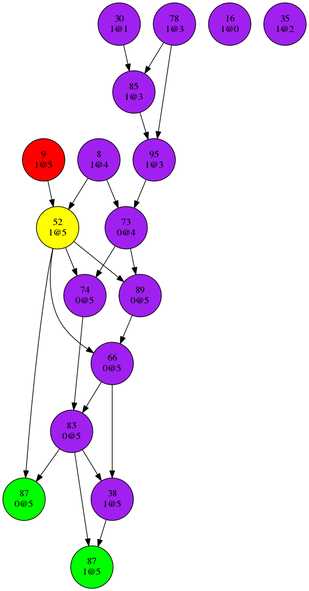
The Graphviz diagram dev/bin/conflictGraph0.png in Oxmose/SATSolver, before a commit. Its source is kept beside it as dev/bin/conflictGraph0.dot.
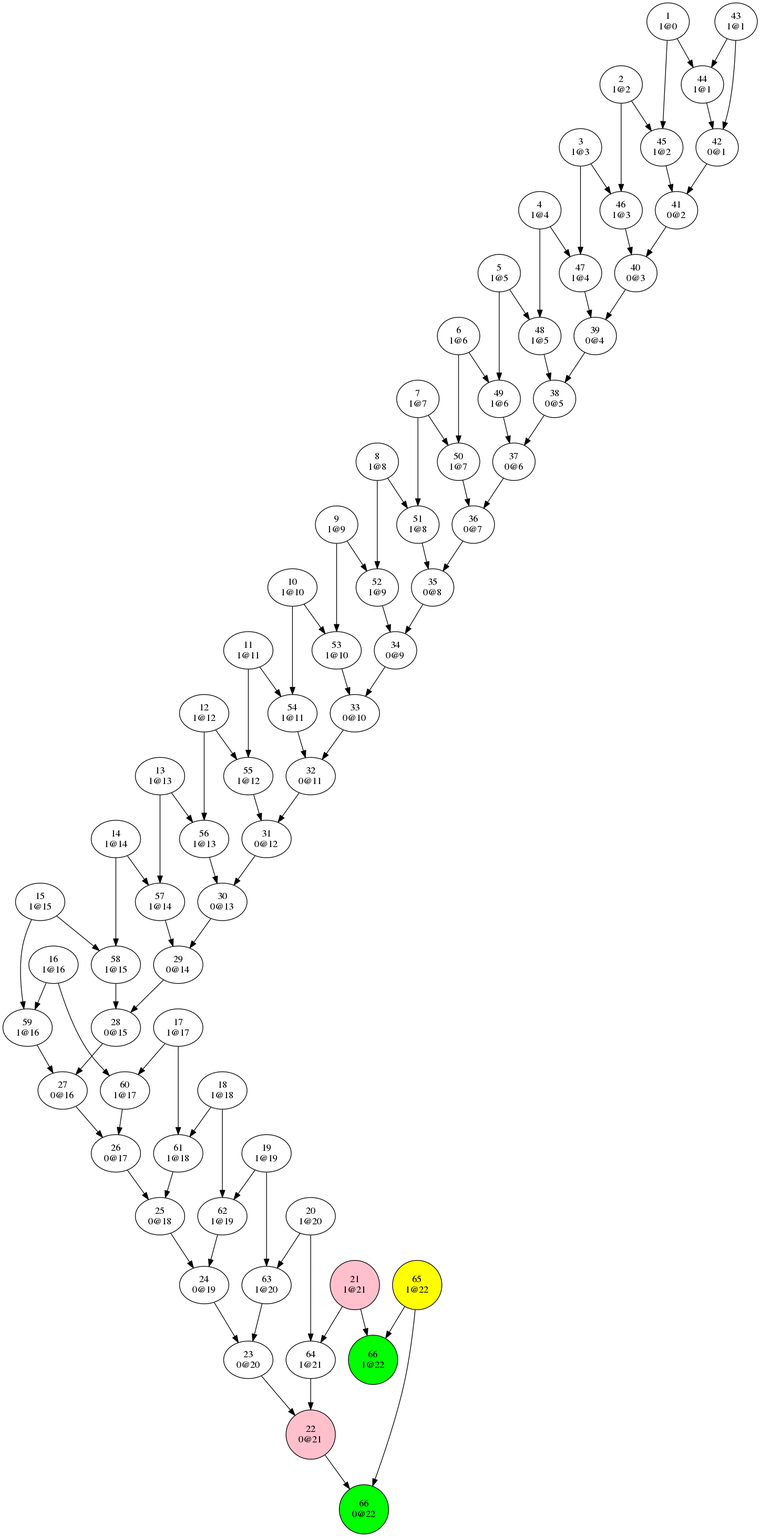
The same file after the commit.

Diff of the diagram source:
```diff
@@ -1,96 +1,280 @@
 digraph {
+"1
+1@0"->"44
+1@1";
+"1
+1@0"->"45
+1@2";
+"2
+1@2"->"45
+1@2";
+"2
+1@2"->"46
+1@3";
+"3
+1@3"->"46
+1@3";
+"3
+1@3"->"47
+1@4";
+"4
+1@4"->"47
+1@4";
+"4
+1@4"->"48
+1@5";
+"5
+1@5"->"48
+1@5";
+"5
+1@5"->"49
+1@6";
+"6
+1@6"->"49
+1@6";
+"6
+1@6"->"50
+1@7";
+"7
+1@7"->"50
+1@7";
+"7
+1@7"->"51
+1@8";
 "8
-1@4"->"52
-1@5";
+1@8"->"51
+1@8";
 "8
-1@4"->"73
+1@8"->"52
+1@9";
+"9
+1@9"->"52
+1@9";
+"9
+1@9"->"53
+1@10";
+"10
+1@10"->"53
+1@10";
+"10
+1@10"->"54
+1@11";
+"11
+1@11"->"54
+1@11";
+"11
+1@11"->"55
+1@12";
+"12
+1@12"->"55
+1@12";
+"12
+1@12"->"56
+1@13";
+"13
+1@13"->"56
+1@13";
+"13
+1@13"->"57
+1@14";
+"14
+1@14"->"57
+1@14";
+"14
+1@14"->"58
+1@15";
+"15
+1@15"->"58
+1@15";
+"15
+1@15"->"59
+1@16";
+"16
+1@16"->"59
+1@16";
+"16
+1@16"->"60
+1@17";
+"17
+1@17"->"60
+1@17";
+"17
+1@17"->"61
+1@18";
+"18
+1@18"->"61
+1@18";
+"18
+1@18"->"62
+1@19";
+"19
+1@19"->"62
+1@19";
+"19
+1@19"->"63
+1@20";
+"20
+1@20"->"63
+1@20";
+"20
+1@20"->"64
+1@21";
+"21
+1@21"->"64
+1@21";
+"21
+1@21"->"66
+1@22";
+"22
+0@21"->"66
+0@22";
+"23
+0@20"->"22
+0@21";
+"24
+0@19"->"23
+0@20";
+"25
+0@18"->"24
+0@19";
+"26
+0@17"->"25
+0@18";
+"27
+0@16"->"26
+0@17";
+"28
+0@15"->"27
+0@16";
+"29
+0@14"->"28
+0@15";
+"30
+0@13"->"29
+0@14";
+"31
+0@12"->"30
+0@13";
+"32
+0@11"->"31
+0@12";
+"33
+0@10"->"32
+0@11";
+"34
+0@9"->"33
+0@10";
+"35
+0@8"->"34
+0@9";
+"36
+0@7"->"35
+0@8";
+"37
+0@6"->"36
+0@7";
+"38
+0@5"->"37
+0@6";
+"39
+0@4"->"38
+0@5";
+"40
+0@3"->"39
 0@4";
-"9
-1@5"->"52
-1@5";
-"16
-1@0";
-"30
-1@1"->"85
-1@3";
-"35
-1@2";
-"38
-1@5"->"87
-1@5";
+"41
+0@2"->"40
+0@3";
+"42
+0@1"->"41
+0@2";
+"43
+1@1"->"42
+0@1";
+"43
+1@1"->"44
+1@1";
+"44
+1@1"->"42
+0@1";
+"45
+1@2"->"41
+0@2";
+"46
+1@3"->"40
+0@3";
+"47
+1@4"->"39
+0@4";
+"48
+1@5"->"38
+0@5";
+"49
+1@6"->"37
+0@6";
+"50
+1@7"->"36
+0@7";
+"51
+1@8"->"35
+0@8";
 "52
-1@5"->"66
-0@5";
-"52
-1@5"->"74
-0@5";
-"52
-1@5"->"87
-0@5";
-"52
-1@5"->"89
-0@5";
+1@9"->"34
+0@9";
+"53
+1@10"->"33
+0@10";
+"54
+1@11"->"32
+0@11";
+"55
+1@12"->"31
+0@12";
+"56
+1@13"->"30
+0@13";
+"57
+1@14"->"29
+0@14";
+"58
+1@15"->"28
+0@15";
+"59
+1@16"->"27
+0@16";
+"60
+1@17"->"26
+0@17";
+"61
+1@18"->"25
+0@18";
+"62
+1@19"->"24
+0@19";
+"63
+1@20"->"23
+0@20";
+"64
+1@21"->"22
+0@21";
+"65
+1@22"->"66
+0@22";
+"65
+1@22"->"66
+1@22";
 "66
-0@5"->"38
-1@5";
+0@22";
 "66
-0@5"->"83
-0@5";
-"73
-0@4"->"74
-0@5";
-"73
-0@4"->"89
-0@5";
-"74
-0@5"->"83
-0@5";
-"78
-1@3"->"85
-1@3";
-"78
-1@3"->"95
-1@3";
-"83
-0@5"->"38
-1@5";
-"83
-0@5"->"87
-0@5";
-"83
-0@5"->"87
-1@5";
-"85
-1@3"->"95
-1@3";
-"87
-0@5";
-"87
-1@5";
-"89
-0@5"->"66
-0@5";
-"95
-1@3"->"73
-0@4";
-"9
-1@5"[shape=circle, style=filled, fillcolor=red];
-"38
-1@5"[shape=circle, style=filled, fillcolor=purple];
-"52
-1@5"[shape=circle, style=filled, fillcolor=yellow];
+1@22";
+"21
+1@21"[shape=circle, style=filled, fillcolor=pink];
+"22
+0@21"[shape=circle, style=filled, fillcolor=pink];
+"65
+1@22"[shape=circle, style=filled, fillcolor=yellow];
 "66
-0@5"[shape=circle, style=filled, fillcolor=purple];
-"73
-0@4"[shape=circle, style=filled, fillcolor=pink];
-"74
-0@5"[shape=circle, style=filled, fillcolor=purple];
-"83
-0@5"[shape=circle, style=filled, fillcolor=purple];
-"87
-0@5"[shape=circle, style=filled, fillcolor=green];
-"87
-1@5"[shape=circle, style=filled, fillcolor=green];
-"89
-0@5"[shape=circle, style=filled, fillcolor=purple];
+0@22"[shape=circle, style=filled, fillcolor=green];
+"66
+1@22"[shape=circle, style=filled, fillcolor=green];
 }
```
